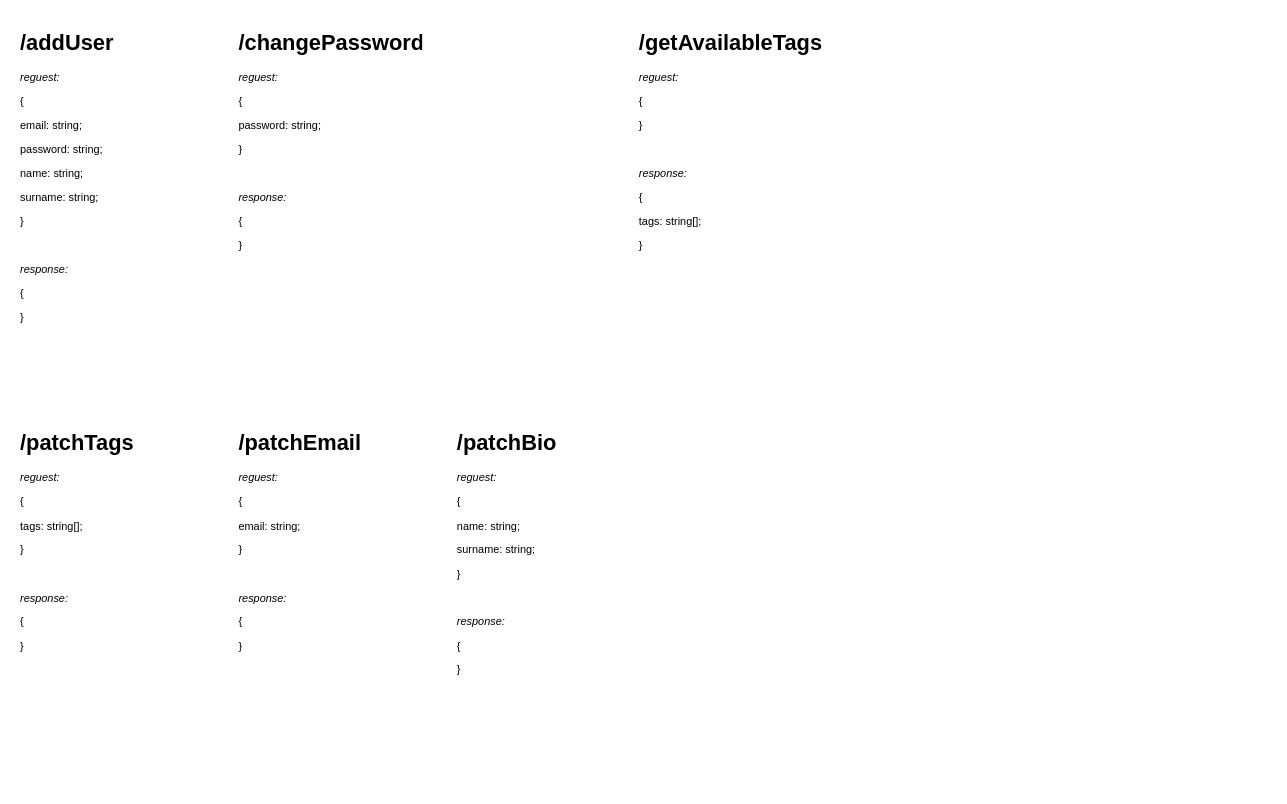
This is page "UserService" (3 of 3) of news-alert-architecture.drawio from ythosa/habranews, a draw.io file, before an edit. Source tidied: cells renumbered, new cells numbered last; positions are measured from the earlier drawing's top-left corner, leaving out a move shared by most shapes. Both pictures are drawn from the tidied source at 91%, with x=0, y=0 at pixel (15, 25).
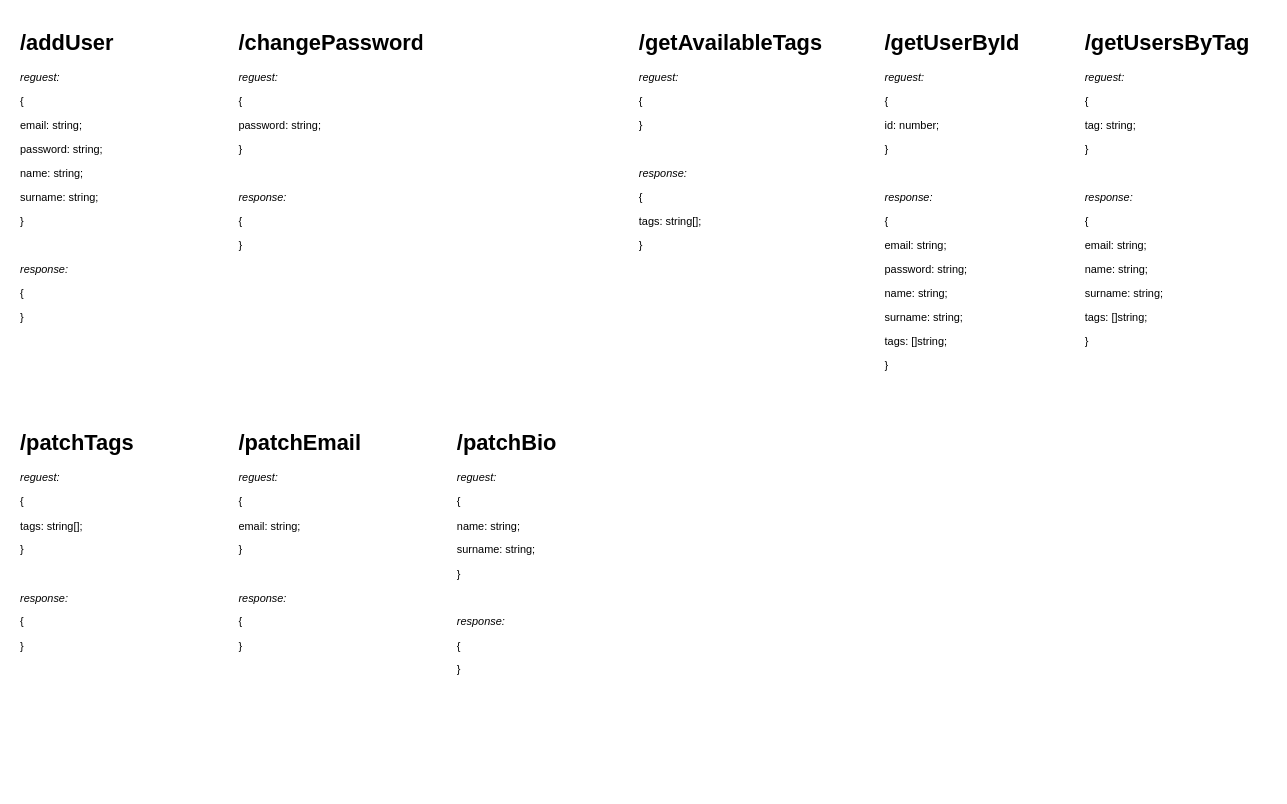
After the change.

What changed in the source:
```diff
@@
 <mxGraphModel>
   <root>
     <mxCell id="0" />
     <mxCell id="1" parent="0" />
     <mxCell id="2" value="&lt;h1&gt;/patchTags&lt;/h1&gt;&lt;div&gt;&lt;i&gt;reguest:&lt;/i&gt;&lt;/div&gt;&lt;p&gt;{&amp;nbsp;&lt;/p&gt;&lt;p&gt;tags: string[];&lt;/p&gt;&lt;p&gt;&lt;span&gt;}&lt;/span&gt;&lt;br&gt;&lt;/p&gt;&lt;p&gt;&lt;br&gt;&lt;/p&gt;&lt;p&gt;&lt;i&gt;response:&amp;nbsp;&lt;/i&gt;&lt;/p&gt;&lt;p&gt;{&lt;/p&gt;&lt;p&gt;}&lt;/p&gt;" style="text;html=1;strokeColor=none;fillColor=none;spacing=5;spacingTop=-20;whiteSpace=wrap;overflow=hidden;rounded=0;" parent="1" vertex="1">
       <mxGeometry y="440" width="200" height="400" as="geometry" />
     </mxCell>
     <mxCell id="3" value="&lt;h1&gt;/patchEmail&lt;/h1&gt;&lt;div&gt;&lt;i&gt;reguest:&lt;/i&gt;&lt;br&gt;&lt;/div&gt;&lt;p&gt;{&amp;nbsp;&lt;/p&gt;&lt;p&gt;email: string;&lt;/p&gt;&lt;p&gt;&lt;span&gt;}&lt;/span&gt;&lt;br&gt;&lt;/p&gt;&lt;p&gt;&lt;br&gt;&lt;/p&gt;&lt;p&gt;&lt;i&gt;response:&amp;nbsp;&lt;/i&gt;&lt;/p&gt;&lt;p&gt;{&lt;/p&gt;&lt;p&gt;}&lt;/p&gt;" style="text;html=1;strokeColor=none;fillColor=none;spacing=5;spacingTop=-20;whiteSpace=wrap;overflow=hidden;rounded=0;" parent="1" vertex="1">
       <mxGeometry x="240" y="440" width="200" height="400" as="geometry" />
     </mxCell>
     <mxCell id="4" value="&lt;h1&gt;/patchBio&lt;/h1&gt;&lt;div&gt;&lt;i&gt;reguest:&lt;/i&gt;&lt;br&gt;&lt;/div&gt;&lt;p&gt;{&amp;nbsp;&lt;/p&gt;&lt;p&gt;name: string;&lt;/p&gt;&lt;p&gt;surname: string;&lt;/p&gt;&lt;p&gt;&lt;span&gt;}&lt;/span&gt;&lt;br&gt;&lt;/p&gt;&lt;p&gt;&lt;br&gt;&lt;/p&gt;&lt;p&gt;&lt;i&gt;response:&amp;nbsp;&lt;/i&gt;&lt;/p&gt;&lt;p&gt;{&lt;/p&gt;&lt;p&gt;}&lt;/p&gt;" style="text;html=1;strokeColor=none;fillColor=none;spacing=5;spacingTop=-20;whiteSpace=wrap;overflow=hidden;rounded=0;" parent="1" vertex="1">
       <mxGeometry x="480" y="440" width="200" height="400" as="geometry" />
     </mxCell>
     <mxCell id="5" value="&lt;h1&gt;/changePassword&lt;/h1&gt;&lt;div&gt;&lt;i&gt;reguest:&lt;/i&gt;&lt;br&gt;&lt;/div&gt;&lt;p&gt;{&amp;nbsp;&lt;/p&gt;&lt;p&gt;password: string;&lt;/p&gt;&lt;p&gt;&lt;span&gt;}&lt;/span&gt;&lt;br&gt;&lt;/p&gt;&lt;p&gt;&lt;br&gt;&lt;/p&gt;&lt;p&gt;&lt;i&gt;response:&amp;nbsp;&lt;/i&gt;&lt;/p&gt;&lt;p&gt;{&lt;/p&gt;&lt;p&gt;}&lt;/p&gt;" style="text;html=1;strokeColor=none;fillColor=none;spacing=5;spacingTop=-20;whiteSpace=wrap;overflow=hidden;rounded=0;" parent="1" vertex="1">
       <mxGeometry x="240" width="210" height="400" as="geometry" />
     </mxCell>
     <mxCell id="6" value="&lt;h1&gt;/addUser&lt;/h1&gt;&lt;div&gt;&lt;i&gt;reguest:&lt;/i&gt;&lt;/div&gt;&lt;p&gt;{&amp;nbsp;&lt;/p&gt;&lt;p&gt;&lt;span&gt;email: string;&lt;/span&gt;&lt;/p&gt;&lt;p&gt;&lt;span&gt;password: string;&lt;/span&gt;&lt;/p&gt;&lt;p&gt;name: string;&lt;/p&gt;&lt;p&gt;surname: string;&lt;/p&gt;&lt;p&gt;&lt;span&gt;}&lt;/span&gt;&lt;br&gt;&lt;/p&gt;&lt;p&gt;&lt;br&gt;&lt;/p&gt;&lt;p&gt;&lt;i&gt;response:&amp;nbsp;&lt;/i&gt;&lt;/p&gt;&lt;p&gt;{&lt;/p&gt;&lt;p&gt;}&lt;/p&gt;" style="text;html=1;strokeColor=none;fillColor=none;spacing=5;spacingTop=-20;whiteSpace=wrap;overflow=hidden;rounded=0;" parent="1" vertex="1">
       <mxGeometry width="200" height="400" as="geometry" />
     </mxCell>
     <mxCell id="7" value="&lt;h1&gt;/getAvailableTags&lt;/h1&gt;&lt;div&gt;&lt;i&gt;reguest:&lt;/i&gt;&lt;br&gt;&lt;/div&gt;&lt;p&gt;{&amp;nbsp;&lt;/p&gt;&lt;p&gt;&lt;span&gt;}&lt;/span&gt;&lt;br&gt;&lt;/p&gt;&lt;p&gt;&lt;br&gt;&lt;/p&gt;&lt;p&gt;&lt;i&gt;response:&amp;nbsp;&lt;/i&gt;&lt;/p&gt;&lt;p&gt;{&lt;/p&gt;&lt;p&gt;tags: string[];&lt;/p&gt;&lt;p&gt;}&lt;/p&gt;" style="text;html=1;strokeColor=none;fillColor=none;spacing=5;spacingTop=-20;whiteSpace=wrap;overflow=hidden;rounded=0;" parent="1" vertex="1">
       <mxGeometry x="680" width="210" height="400" as="geometry" />
     </mxCell>
+    <mxCell id="8" value="&lt;h1&gt;/getUserById&lt;/h1&gt;&lt;div&gt;&lt;i&gt;reguest:&lt;/i&gt;&lt;br&gt;&lt;/div&gt;&lt;p&gt;{&amp;nbsp;&lt;/p&gt;&lt;p&gt;id: number;&lt;/p&gt;&lt;p&gt;&lt;span&gt;}&lt;/span&gt;&lt;br&gt;&lt;/p&gt;&lt;p&gt;&lt;br&gt;&lt;/p&gt;&lt;p&gt;&lt;i&gt;response:&amp;nbsp;&lt;/i&gt;&lt;/p&gt;&lt;p&gt;{&lt;/p&gt;&lt;p&gt;&lt;span&gt;email: string;&lt;/span&gt;&lt;/p&gt;&lt;p&gt;&lt;span&gt;password: string;&lt;/span&gt;&lt;/p&gt;&lt;p&gt;&lt;span&gt;name: string;&lt;/span&gt;&lt;/p&gt;&lt;p&gt;&lt;span&gt;surname: string;&lt;/span&gt;&lt;/p&gt;&lt;p&gt;&lt;span&gt;tags: []string;&lt;/span&gt;&lt;/p&gt;&lt;p&gt;&lt;span&gt;}&lt;/span&gt;&lt;br&gt;&lt;/p&gt;" style="text;html=1;strokeColor=none;fillColor=none;spacing=5;spacingTop=-20;whiteSpace=wrap;overflow=hidden;rounded=0;" parent="1" vertex="1">
+      <mxGeometry x="950" width="210" height="400" as="geometry" />
+    </mxCell>
+    <mxCell id="9" value="&lt;h1&gt;/getUsersByTag&lt;/h1&gt;&lt;div&gt;&lt;i&gt;reguest:&lt;/i&gt;&lt;br&gt;&lt;/div&gt;&lt;p&gt;{&amp;nbsp;&lt;/p&gt;&lt;p&gt;tag: string;&lt;/p&gt;&lt;p&gt;&lt;span&gt;}&lt;/span&gt;&lt;br&gt;&lt;/p&gt;&lt;p&gt;&lt;br&gt;&lt;/p&gt;&lt;p&gt;&lt;i&gt;response:&amp;nbsp;&lt;/i&gt;&lt;/p&gt;&lt;p&gt;{&lt;/p&gt;&lt;p&gt;&lt;span&gt;email: string;&lt;/span&gt;&lt;/p&gt;&lt;p&gt;&lt;span&gt;name: string;&lt;/span&gt;&lt;br&gt;&lt;/p&gt;&lt;p&gt;&lt;span&gt;surname: string;&lt;/span&gt;&lt;/p&gt;&lt;p&gt;&lt;span&gt;tags: []string;&lt;/span&gt;&lt;/p&gt;&lt;p&gt;&lt;span&gt;}&lt;/span&gt;&lt;br&gt;&lt;/p&gt;" style="text;html=1;strokeColor=none;fillColor=none;spacing=5;spacingTop=-20;whiteSpace=wrap;overflow=hidden;rounded=0;" parent="1" vertex="1">
+      <mxGeometry x="1170" width="210" height="400" as="geometry" />
+    </mxCell>
   </root>
 </mxGraphModel>
```
